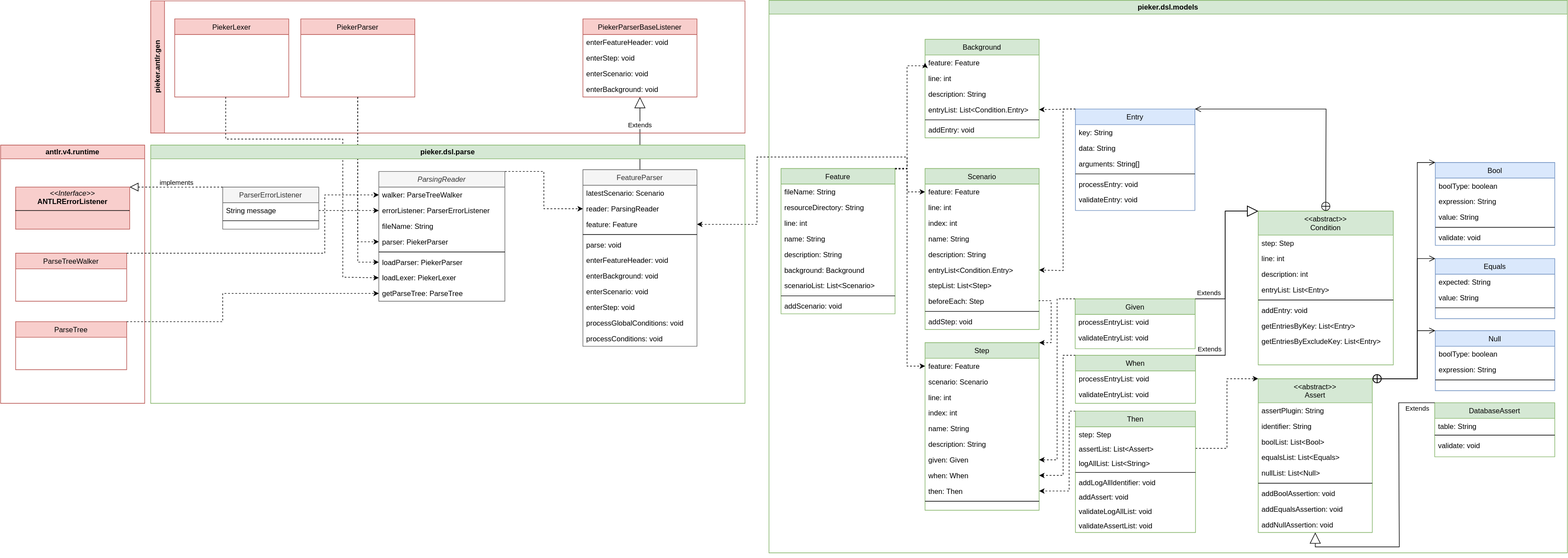
Above: dsl/doc/images/classdiagram-dsl.svg in PIEKER/Pieker (draw.io), before the change. Source tidied: cells renumbered, new cells last; positions are measured from the earlier drawing's top-left corner, leaving out a move shared by most shapes.
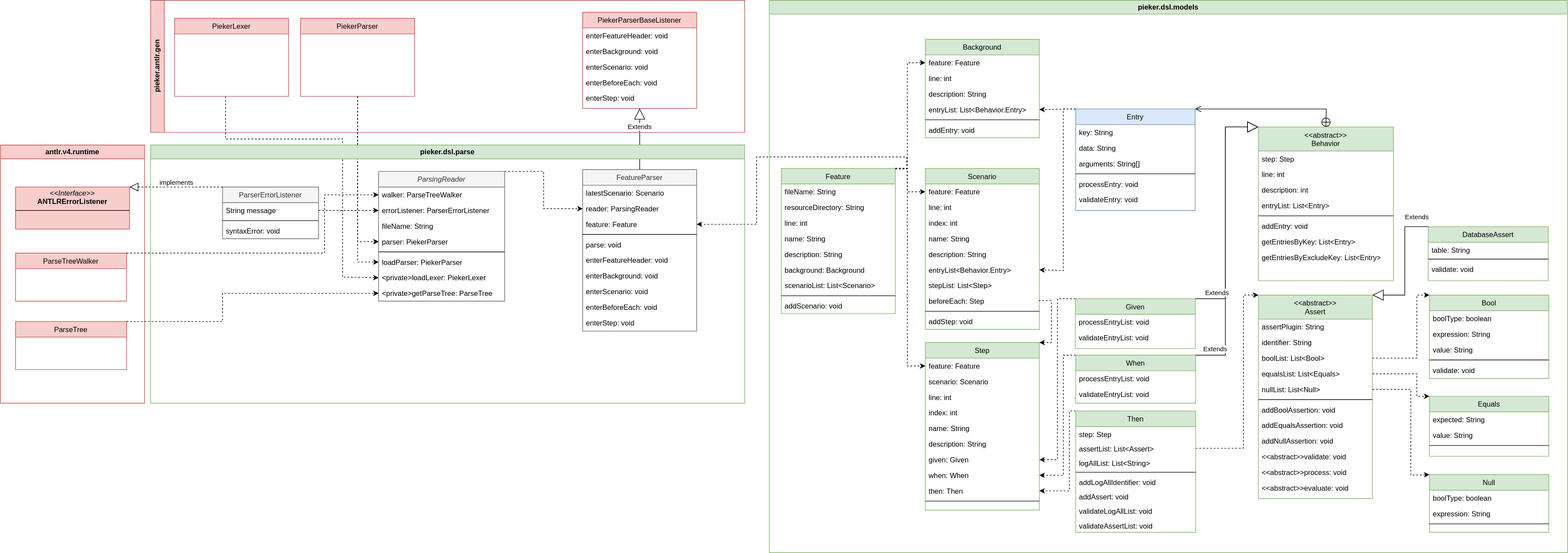
The same file after the commit.

What changed in the source:
```diff
@@ -5,9 +5,9 @@
     <mxCell id="2" value="Extends" style="endArrow=block;endSize=16;endFill=0;html=1;rounded=0;exitX=0.5;exitY=0;exitDx=0;exitDy=0;entryX=0.5;entryY=1;entryDx=0;entryDy=0;" parent="1" edge="1" source="153" target="4">
-      <mxGeometry x="0.23" relative="1" as="geometry" />
+      <mxGeometry x="0.39" relative="1" as="geometry" />
     </mxCell>
     <mxCell id="3" value="pieker.antlr.gen" style="swimlane;horizontal=0;whiteSpace=wrap;html=1;fillColor=#f8cecc;strokeColor=#b85450;" parent="1" vertex="1">
-      <mxGeometry x="250" y="1" width="990" height="220" as="geometry" />
+      <mxGeometry x="250" width="990" height="220" as="geometry" />
     </mxCell>
     <mxCell id="4" value="PiekerParserBaseListener" style="swimlane;fontStyle=0;align=center;verticalAlign=top;horizontal=1;startSize=26;rounded=0;shadow=0;strokeWidth=1;fillColor=#f8cecc;strokeColor=#b85450;" parent="3" vertex="1">
-      <mxGeometry x="720" y="30" width="190" height="130" as="geometry" />
+      <mxGeometry x="720" y="20" width="190" height="160" as="geometry" />
     </mxCell>
@@ -16,11 +16,14 @@
     </mxCell>
+    <mxCell id="8" value="enterBackground: void" style="text;align=left;verticalAlign=top;spacingLeft=4;spacingRight=4;overflow=hidden;" parent="4" vertex="1">
+      <mxGeometry y="52" width="190" height="26" as="geometry" />
+    </mxCell>
+    <mxCell id="7" value="enterScenario: void" style="text;align=left;verticalAlign=top;spacingLeft=4;spacingRight=4;overflow=hidden;" parent="4" vertex="1">
+      <mxGeometry y="78" width="190" height="26" as="geometry" />
+    </mxCell>
-    <mxCell id="6" value="enterStep: void" style="text;align=left;verticalAlign=top;spacingLeft=4;spacingRight=4;overflow=hidden;" parent="4" vertex="1">
-      <mxGeometry y="52" width="190" height="26" as="geometry" />
+    <mxCell id="6" value="enterBeforeEach: void" style="text;align=left;verticalAlign=top;spacingLeft=4;spacingRight=4;overflow=hidden;" parent="4" vertex="1">
+      <mxGeometry y="104" width="190" height="26" as="geometry" />
     </mxCell>
-    <mxCell id="7" value="enterScenario: void" style="text;align=left;verticalAlign=top;spacingLeft=4;spacingRight=4;overflow=hidden;" parent="4" vertex="1">
-      <mxGeometry y="78" width="190" height="26" as="geometry" />
-    </mxCell>
-    <mxCell id="8" value="enterBackground: void" style="text;align=left;verticalAlign=top;spacingLeft=4;spacingRight=4;overflow=hidden;" parent="4" vertex="1">
-      <mxGeometry y="104" width="190" height="26" as="geometry" />
-    </mxCell>
+    <mxCell id="166" value="enterStep: void" style="text;align=left;verticalAlign=top;spacingLeft=4;spacingRight=4;overflow=hidden;" parent="4" vertex="1">
+      <mxGeometry y="130" width="190" height="26" as="geometry" />
+    </mxCell>
     <mxCell id="9" value="PiekerParser" style="swimlane;fontStyle=0;align=center;verticalAlign=top;horizontal=1;startSize=26;rounded=0;shadow=0;strokeWidth=1;fillColor=#f8cecc;strokeColor=#b85450;" parent="3" vertex="1">
@@ -76,3 +79,3 @@
     <mxCell id="21" value="pieker.dsl.models" style="swimlane;whiteSpace=wrap;html=1;fillColor=#d5e8d4;strokeColor=#82b366;" parent="1" vertex="1">
-      <mxGeometry x="1280" width="1330" height="920" as="geometry" />
+      <mxGeometry x="1281" width="1330" height="920" as="geometry" />
     </mxCell>
@@ -128,3 +131,3 @@
     </mxCell>
-    <mxCell id="37" value="entryList: List&lt;Condition.Entry&gt;" style="text;align=left;verticalAlign=top;spacingLeft=4;spacingRight=4;overflow=hidden;points=[[0,0.5],[1,0.5]];portConstraint=eastwest;rounded=0;shadow=0;html=0;" parent="33" vertex="1">
+    <mxCell id="37" value="entryList: List&lt;Behavior.Entry&gt;" style="text;align=left;verticalAlign=top;spacingLeft=4;spacingRight=4;overflow=hidden;points=[[0,0.5],[1,0.5]];portConstraint=eastwest;rounded=0;shadow=0;html=0;" parent="33" vertex="1">
       <mxGeometry y="104" width="190" height="26" as="geometry" />
@@ -141,3 +144,3 @@
           <mxPoint x="230" y="280" />
-          <mxPoint x="230" y="109" />
+          <mxPoint x="230" y="104" />
         </Array>
@@ -163,3 +166,3 @@
     </mxCell>
-    <mxCell id="47" value="entryList&lt;Condition.Entry&gt;" style="text;align=left;verticalAlign=top;spacingLeft=4;spacingRight=4;overflow=hidden;points=[[0,0.5],[1,0.5]];portConstraint=eastwest;rounded=0;shadow=0;html=0;" parent="41" vertex="1">
+    <mxCell id="47" value="entryList&lt;Behavior.Entry&gt;" style="text;align=left;verticalAlign=top;spacingLeft=4;spacingRight=4;overflow=hidden;points=[[0,0.5],[1,0.5]];portConstraint=eastwest;rounded=0;shadow=0;html=0;" parent="41" vertex="1">
       <mxGeometry y="156" width="190" height="26" as="geometry" />
@@ -211,4 +214,4 @@
     </mxCell>
-    <mxCell id="63" value="&lt;&lt;abstract&gt;&gt;&#10;Condition" style="swimlane;fontStyle=0;align=center;verticalAlign=top;horizontal=1;startSize=40;rounded=0;shadow=0;strokeWidth=1;fillColor=#d5e8d4;strokeColor=#82b366;" parent="21" vertex="1">
-      <mxGeometry x="815" y="351" width="225" height="256" as="geometry" />
+    <mxCell id="63" value="&lt;&lt;abstract&gt;&gt;&#10;Behavior" style="swimlane;fontStyle=0;align=center;verticalAlign=top;horizontal=1;startSize=40;rounded=0;shadow=0;strokeWidth=1;fillColor=#d5e8d4;strokeColor=#82b366;" parent="21" vertex="1">
+      <mxGeometry x="815" y="211" width="225" height="256" as="geometry" />
     </mxCell>
@@ -327,4 +330,4 @@
         <Array as="points">
-          <mxPoint x="763" y="746" />
-          <mxPoint x="763" y="630" />
+          <mxPoint x="790" y="746" />
+          <mxPoint x="790" y="491" />
         </Array>
@@ -363,3 +366,3 @@
           <mxPoint x="760" y="591" />
-          <mxPoint x="760" y="351" />
+          <mxPoint x="760" y="211" />
         </Array>
@@ -371,3 +374,3 @@
           <mxPoint x="760" y="497" />
-          <mxPoint x="760" y="351" />
+          <mxPoint x="760" y="211" />
         </Array>
@@ -392,3 +395,3 @@
     <mxCell id="105" value="&lt;&lt;abstract&gt;&gt;&#10;Assert" style="swimlane;fontStyle=0;align=center;verticalAlign=top;horizontal=1;startSize=40;rounded=0;shadow=0;strokeWidth=1;fillColor=#d5e8d4;strokeColor=#82b366;" parent="21" vertex="1">
-      <mxGeometry x="815" y="630" width="190" height="256" as="geometry" />
+      <mxGeometry x="815" y="491" width="190" height="339" as="geometry" />
     </mxCell>
@@ -421,4 +424,13 @@
     </mxCell>
+    <mxCell id="167" value="&lt;&lt;abstract&gt;&gt;validate: void" style="text;align=left;verticalAlign=top;spacingLeft=4;spacingRight=4;overflow=hidden;" parent="105" vertex="1">
+      <mxGeometry y="256" width="190" height="26" as="geometry" />
+    </mxCell>
+    <mxCell id="168" value="&lt;&lt;abstract&gt;&gt;process: void" style="text;align=left;verticalAlign=top;spacingLeft=4;spacingRight=4;overflow=hidden;" parent="105" vertex="1">
+      <mxGeometry y="282" width="190" height="26" as="geometry" />
+    </mxCell>
+    <mxCell id="169" value="&lt;&lt;abstract&gt;&gt;evaluate: void" style="text;align=left;verticalAlign=top;spacingLeft=4;spacingRight=4;overflow=hidden;" parent="105" vertex="1">
+      <mxGeometry y="308" width="190" height="26" as="geometry" />
+    </mxCell>
-    <mxCell id="115" value="Equals" style="swimlane;fontStyle=0;align=center;verticalAlign=top;horizontal=1;startSize=26;rounded=0;shadow=0;strokeWidth=1;fillColor=#dae8fc;strokeColor=#6c8ebf;" parent="21" vertex="1">
-      <mxGeometry x="1110" y="430" width="199" height="100" as="geometry" />
+    <mxCell id="115" value="Equals" style="swimlane;fontStyle=0;align=center;verticalAlign=top;horizontal=1;startSize=26;rounded=0;shadow=0;strokeWidth=1;fillColor=#d5e8d4;strokeColor=#82b366;" parent="21" vertex="1">
+      <mxGeometry x="1100" y="659.5" width="199" height="100" as="geometry" />
     </mxCell>
@@ -433,4 +445,4 @@
     </mxCell>
-    <mxCell id="119" value="Bool" style="swimlane;fontStyle=0;align=center;verticalAlign=top;horizontal=1;startSize=26;rounded=0;shadow=0;strokeWidth=1;fillColor=#dae8fc;strokeColor=#6c8ebf;" parent="21" vertex="1">
-      <mxGeometry x="1110" y="270" width="199" height="138" as="geometry" />
+    <mxCell id="119" value="Bool" style="swimlane;fontStyle=0;align=center;verticalAlign=top;horizontal=1;startSize=26;rounded=0;shadow=0;strokeWidth=1;fillColor=#d5e8d4;strokeColor=#82b366;" parent="21" vertex="1">
+      <mxGeometry x="1100" y="491" width="199" height="139" as="geometry" />
     </mxCell>
@@ -451,4 +463,4 @@
     </mxCell>
-    <mxCell id="125" value="Null" style="swimlane;fontStyle=0;align=center;verticalAlign=top;horizontal=1;startSize=26;rounded=0;shadow=0;strokeWidth=1;fillColor=#dae8fc;strokeColor=#6c8ebf;" parent="21" vertex="1">
-      <mxGeometry x="1110" y="550" width="199" height="100" as="geometry" />
+    <mxCell id="125" value="Null" style="swimlane;fontStyle=0;align=center;verticalAlign=top;horizontal=1;startSize=26;rounded=0;shadow=0;strokeWidth=1;fillColor=#d5e8d4;strokeColor=#82b366;" parent="21" vertex="1">
+      <mxGeometry x="1100" y="790" width="199" height="96" as="geometry" />
     </mxCell>
@@ -463,30 +475,4 @@
     </mxCell>
-    <mxCell id="129" style="endArrow=open;startArrow=circlePlus;endFill=0;startFill=0;endSize=8;html=1;rounded=0;exitX=1;exitY=0;exitDx=0;exitDy=0;entryX=0;entryY=0;entryDx=0;entryDy=0;" parent="21" edge="1" source="105" target="119">
-      <mxGeometry relative="1" as="geometry">
-        <Array as="points">
-          <mxPoint x="1080" y="630" />
-          <mxPoint x="1080" y="270" />
-        </Array>
-      </mxGeometry>
-    </mxCell>
-    <mxCell id="130" style="endArrow=open;startArrow=circlePlus;endFill=0;startFill=0;endSize=8;html=1;rounded=0;exitX=1;exitY=0;exitDx=0;exitDy=0;entryX=0;entryY=0;entryDx=0;entryDy=0;" parent="21" edge="1" target="115">
-      <mxGeometry relative="1" as="geometry">
-        <mxPoint x="1005" y="630" as="sourcePoint" />
-        <Array as="points">
-          <mxPoint x="1080" y="630" />
-          <mxPoint x="1080" y="430" />
-        </Array>
-      </mxGeometry>
-    </mxCell>
-    <mxCell id="131" style="endArrow=open;startArrow=circlePlus;endFill=0;startFill=0;endSize=8;html=1;rounded=0;exitX=1;exitY=0;exitDx=0;exitDy=0;entryX=0;entryY=0;entryDx=0;entryDy=0;" parent="21" edge="1" target="125">
-      <mxGeometry relative="1" as="geometry">
-        <mxPoint x="1005" y="630" as="sourcePoint" />
-        <Array as="points">
-          <mxPoint x="1080" y="630" />
-          <mxPoint x="1080" y="550" />
-        </Array>
-      </mxGeometry>
-    </mxCell>
     <mxCell id="132" value="DatabaseAssert" style="swimlane;fontStyle=0;align=center;verticalAlign=top;horizontal=1;startSize=26;rounded=0;shadow=0;strokeWidth=1;fillColor=#d5e8d4;strokeColor=#82b366;" parent="21" vertex="1">
-      <mxGeometry x="1109" y="670" width="200" height="90" as="geometry" />
+      <mxGeometry x="1098" y="377" width="200" height="90" as="geometry" />
     </mxCell>
@@ -501,9 +487,7 @@
     </mxCell>
-    <mxCell id="136" value="Extends" style="endArrow=block;endSize=16;endFill=0;html=1;rounded=0;exitX=0;exitY=0;exitDx=0;exitDy=0;entryX=0.5;entryY=1;entryDx=0;entryDy=0;" parent="21" edge="1" source="132">
-      <mxGeometry x="-0.87" y="10" relative="1" as="geometry">
-        <mxPoint x="910" y="886" as="targetPoint" />
+    <mxCell id="136" value="Extends" style="endArrow=block;endSize=16;endFill=0;html=1;rounded=0;exitX=0;exitY=0;exitDx=0;exitDy=0;entryX=1;entryY=0;entryDx=0;entryDy=0;" parent="21" edge="1" source="132" target="105">
+      <mxGeometry x="-0.82" y="-16" relative="1" as="geometry">
         <Array as="points">
-          <mxPoint x="1049" y="670" />
-          <mxPoint x="1050" y="910" />
-          <mxPoint x="910" y="910" />
+          <mxPoint x="1059" y="377" />
+          <mxPoint x="1059" y="491" />
         </Array>
@@ -511,2 +495,27 @@
     </mxCell>
+    <mxCell id="170" style="edgeStyle=orthogonalEdgeStyle;rounded=0;jettySize=auto;html=1;entryX=0;entryY=0;entryDx=0;entryDy=0;dashed=1;" parent="21" edge="1" source="108" target="119">
+      <mxGeometry relative="1" as="geometry">
+        <Array as="points">
+          <mxPoint x="1079" y="596" />
+          <mxPoint x="1079" y="491" />
+        </Array>
+      </mxGeometry>
+    </mxCell>
+    <mxCell id="171" style="edgeStyle=orthogonalEdgeStyle;rounded=0;jettySize=auto;html=1;entryX=0;entryY=0;entryDx=0;entryDy=0;dashed=1;" parent="21" edge="1" source="110" target="125">
+      <mxGeometry relative="1" as="geometry">
+        <Array as="points">
+          <mxPoint x="1069" y="648" />
+          <mxPoint x="1069" y="791" />
+          <mxPoint x="1100" y="791" />
+        </Array>
+      </mxGeometry>
+    </mxCell>
+    <mxCell id="172" style="edgeStyle=orthogonalEdgeStyle;rounded=0;jettySize=auto;html=1;entryX=0;entryY=0;entryDx=0;entryDy=0;dashed=1;" parent="21" edge="1" source="109" target="115">
+      <mxGeometry relative="1" as="geometry">
+        <Array as="points">
+          <mxPoint x="1079" y="622" />
+          <mxPoint x="1079" y="659" />
+        </Array>
+      </mxGeometry>
+    </mxCell>
     <mxCell id="137" style="edgeStyle=orthogonalEdgeStyle;rounded=0;jettySize=auto;html=1;entryX=1;entryY=0.5;entryDx=0;entryDy=0;dashed=1;" parent="1" edge="1" source="23" target="156">
@@ -553,6 +562,6 @@
     </mxCell>
-    <mxCell id="147" value="loadLexer: PiekerLexer" style="text;align=left;verticalAlign=top;spacingLeft=4;spacingRight=4;overflow=hidden;points=[[0,0.5],[1,0.5]];portConstraint=eastwest;" parent="140" vertex="1">
+    <mxCell id="147" value="&lt;private&gt;loadLexer: PiekerLexer" style="text;align=left;verticalAlign=top;spacingLeft=4;spacingRight=4;overflow=hidden;points=[[0,0.5],[1,0.5]];portConstraint=eastwest;" parent="140" vertex="1">
       <mxGeometry y="164" width="210" height="26" as="geometry" />
     </mxCell>
-    <mxCell id="148" value="getParseTree: ParseTree " style="text;align=left;verticalAlign=top;spacingLeft=4;spacingRight=4;overflow=hidden;points=[[0,0.5],[1,0.5]];portConstraint=eastwest;" parent="140" vertex="1">
+    <mxCell id="148" value="&lt;private&gt;getParseTree: ParseTree " style="text;align=left;verticalAlign=top;spacingLeft=4;spacingRight=4;overflow=hidden;points=[[0,0.5],[1,0.5]];portConstraint=eastwest;" parent="140" vertex="1">
       <mxGeometry y="190" width="210" height="26" as="geometry" />
@@ -568,3 +577,3 @@
     <mxCell id="150" value="ParserErrorListener" style="swimlane;fontStyle=0;align=center;verticalAlign=top;horizontal=1;startSize=26;rounded=0;shadow=0;strokeWidth=1;fillColor=#f5f5f5;fontColor=#333333;strokeColor=#666666;" parent="138" vertex="1">
-      <mxGeometry x="120" y="70" width="160" height="70" as="geometry" />
+      <mxGeometry x="120" y="70" width="160" height="86" as="geometry" />
     </mxCell>
@@ -576,4 +585,7 @@
     </mxCell>
+    <mxCell id="173" value="syntaxError: void" style="text;align=left;verticalAlign=top;spacingLeft=4;spacingRight=4;overflow=hidden;" parent="150" vertex="1">
+      <mxGeometry y="60" width="160" height="26" as="geometry" />
+    </mxCell>
     <mxCell id="153" value="FeatureParser" style="swimlane;fontStyle=0;align=center;verticalAlign=top;horizontal=1;startSize=26;rounded=0;shadow=0;strokeWidth=1;fillColor=#f5f5f5;fontColor=#333333;strokeColor=#666666;" parent="138" vertex="1">
-      <mxGeometry x="720" y="41" width="190" height="294" as="geometry" />
+      <mxGeometry x="720" y="41" width="190" height="269" as="geometry" />
     </mxCell>
@@ -603,11 +615,8 @@
     </mxCell>
+    <mxCell id="163" value="enterBeforeEach: void" style="text;align=left;verticalAlign=top;spacingLeft=4;spacingRight=4;overflow=hidden;" parent="153" vertex="1">
+      <mxGeometry y="216" width="190" height="26" as="geometry" />
+    </mxCell>
     <mxCell id="162" value="enterStep: void" style="text;align=left;verticalAlign=top;spacingLeft=4;spacingRight=4;overflow=hidden;" parent="153" vertex="1">
-      <mxGeometry y="216" width="190" height="26" as="geometry" />
+      <mxGeometry y="242" width="190" height="26" as="geometry" />
     </mxCell>
-    <mxCell id="163" value="processGlobalConditions: void" style="text;align=left;verticalAlign=top;spacingLeft=4;spacingRight=4;overflow=hidden;" parent="153" vertex="1">
-      <mxGeometry y="242" width="190" height="26" as="geometry" />
-    </mxCell>
-    <mxCell id="164" value="processConditions: void" style="text;align=left;verticalAlign=top;spacingLeft=4;spacingRight=4;overflow=hidden;" parent="153" vertex="1">
-      <mxGeometry y="268" width="190" height="26" as="geometry" />
-    </mxCell>
     <mxCell id="165" style="edgeStyle=orthogonalEdgeStyle;rounded=0;jettySize=auto;html=1;entryX=0;entryY=0.5;entryDx=0;entryDy=0;exitX=1;exitY=0;exitDx=0;exitDy=0;dashed=1;" parent="138" edge="1" source="16" target="148">
```
